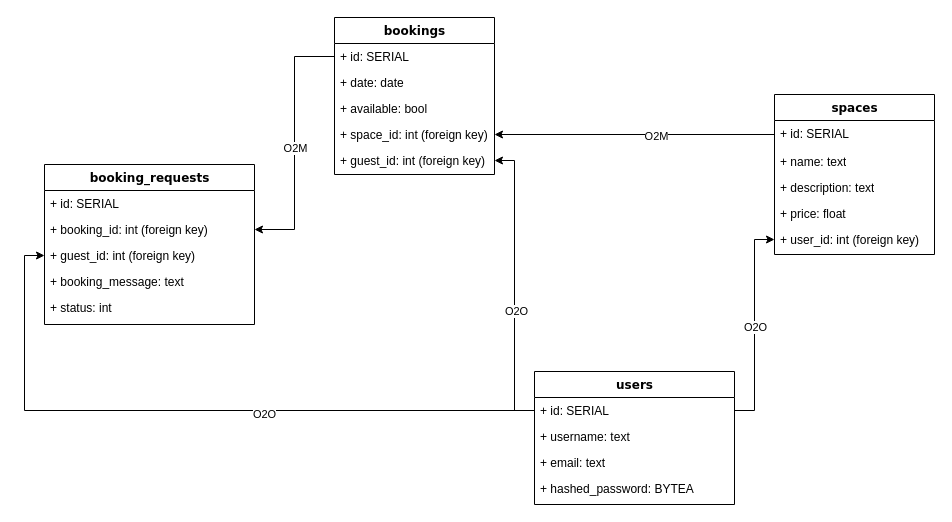
Earlier version of the draw.io diagram database_schema.drawio (JonnySB/makers-bnb). Source tidied: cells renumbered, new cells numbered last; positions are measured from the earlier drawing's top-left corner, leaving out a move shared by most shapes. Both pictures are drawn from the tidied source at 100%, with x=0, y=0 at pixel (44, 17).
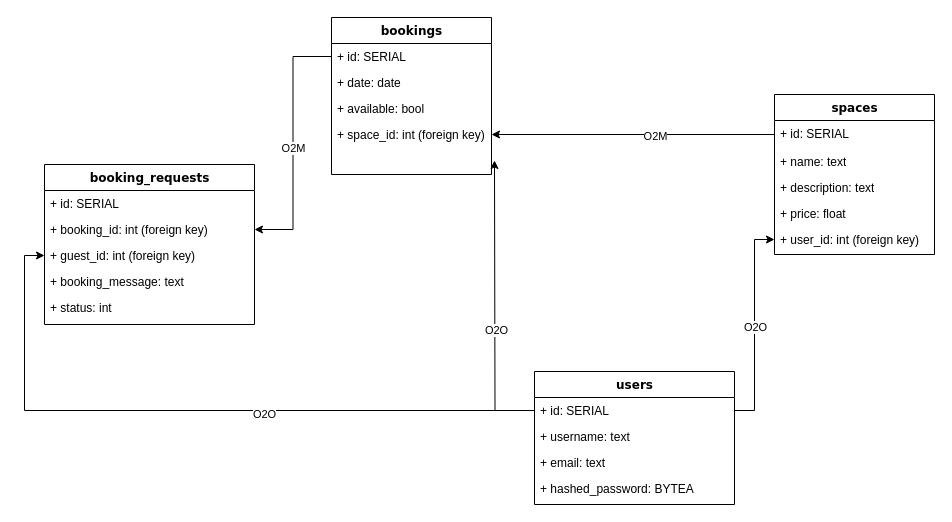
After the change.

The change refers to these unchanged cells:
```xml
<mxCell id="15" value="+ id: SERIAL" style="text;html=1;strokeColor=none;fillColor=none;align=left;verticalAlign=top;spacingLeft=4;spacingRight=4;whiteSpace=wrap;overflow=hidden;points=[[0,0.5],[1,0.5]];portConstraint=eastwest;" parent="14" vertex="1">
  <mxGeometry y="26" width="200" height="26" as="geometry" />
</mxCell>
```

Change to the diagram source:
```diff
@@
     <mxCell id="2" value="bookings" style="swimlane;html=1;fontStyle=1;align=center;verticalAlign=top;horizontal=1;startSize=26;swimlaneFillColor=#ffffff;rounded=0;shadow=0;comic=0;labelBackgroundColor=none;strokeWidth=1;fillColor=none;fontFamily=Verdana;fontSize=12;" parent="1" vertex="1">
-      <mxGeometry x="290" width="160" height="157" as="geometry" />
+      <mxGeometry x="287" width="160" height="157" as="geometry" />
     </mxCell>
@@
-    <mxCell id="7" value="+ guest_id: int (foreign key)" style="text;html=1;strokeColor=none;fillColor=none;align=left;verticalAlign=top;spacingLeft=4;spacingRight=4;whiteSpace=wrap;overflow=hidden;points=[[0,0.5],[1,0.5]];portConstraint=eastwest;" parent="2" vertex="1">
-      <mxGeometry y="130" width="160" height="26" as="geometry" />
-    </mxCell>
@@
-    <mxCell id="21" style="edgeStyle=orthogonalEdgeStyle;rounded=0;jettySize=auto;html=1;entryX=1;entryY=0.5;entryDx=0;entryDy=0;" parent="1" edge="1" source="15" target="7">
-      <mxGeometry relative="1" as="geometry" />
+    <mxCell id="21" style="edgeStyle=orthogonalEdgeStyle;rounded=0;jettySize=auto;html=1;entryX=1;entryY=0.5;entryDx=0;entryDy=0;" parent="1" edge="1" source="15">
+      <mxGeometry relative="1" as="geometry">
+        <mxPoint x="450" y="143" as="targetPoint" />
+      </mxGeometry>
     </mxCell>
```
